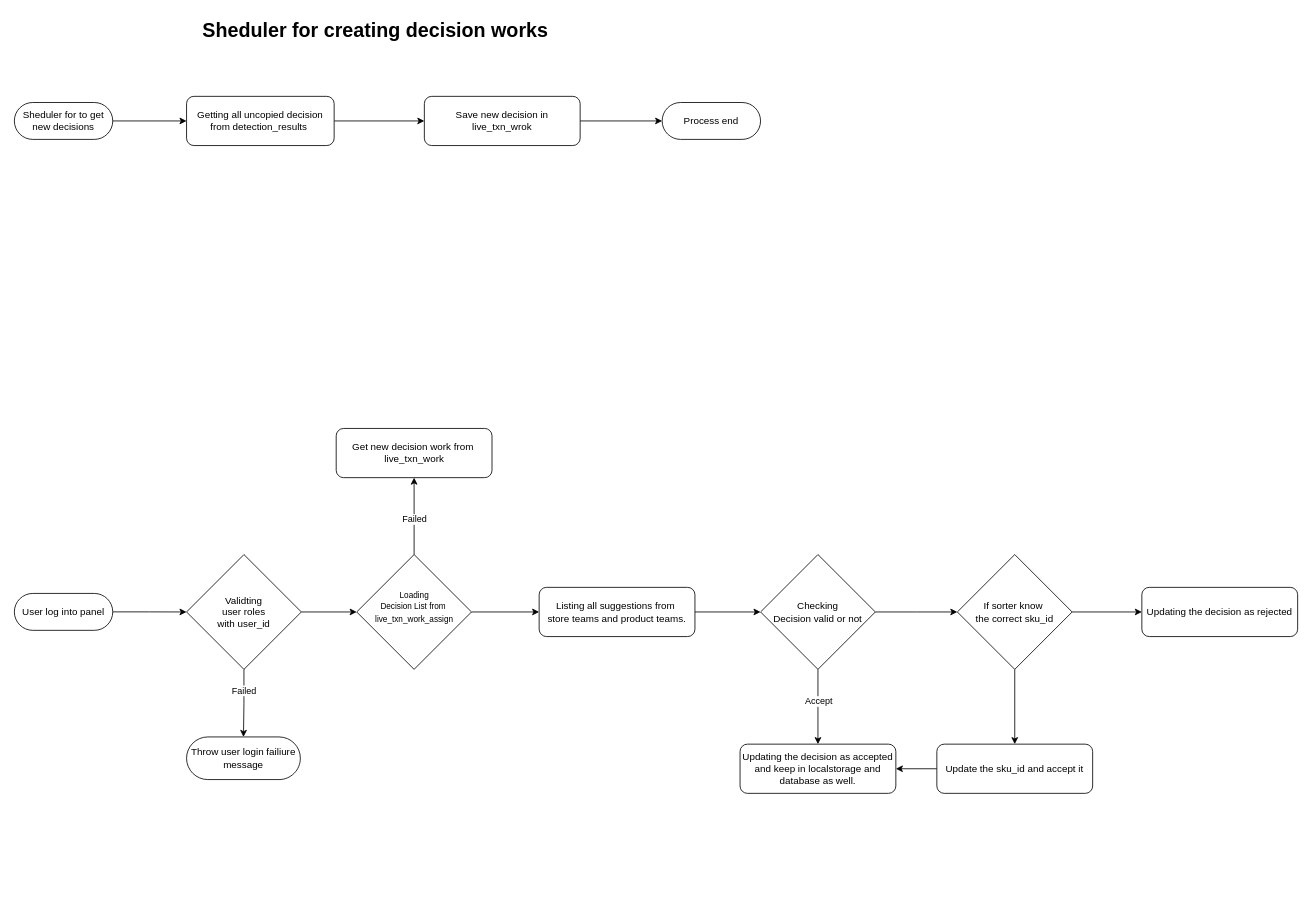
The draw.io diagram live-txn-feedback-flow-diagram.drawio in bb-midhunps/diagrams, before the edit. Source tidied: cells renumbered, new cells numbered last; positions are measured from the earlier drawing's top-left corner, leaving out a move shared by most shapes. Both pictures are drawn from the tidied source at 82%, with x=0, y=0 at pixel (14, 14).
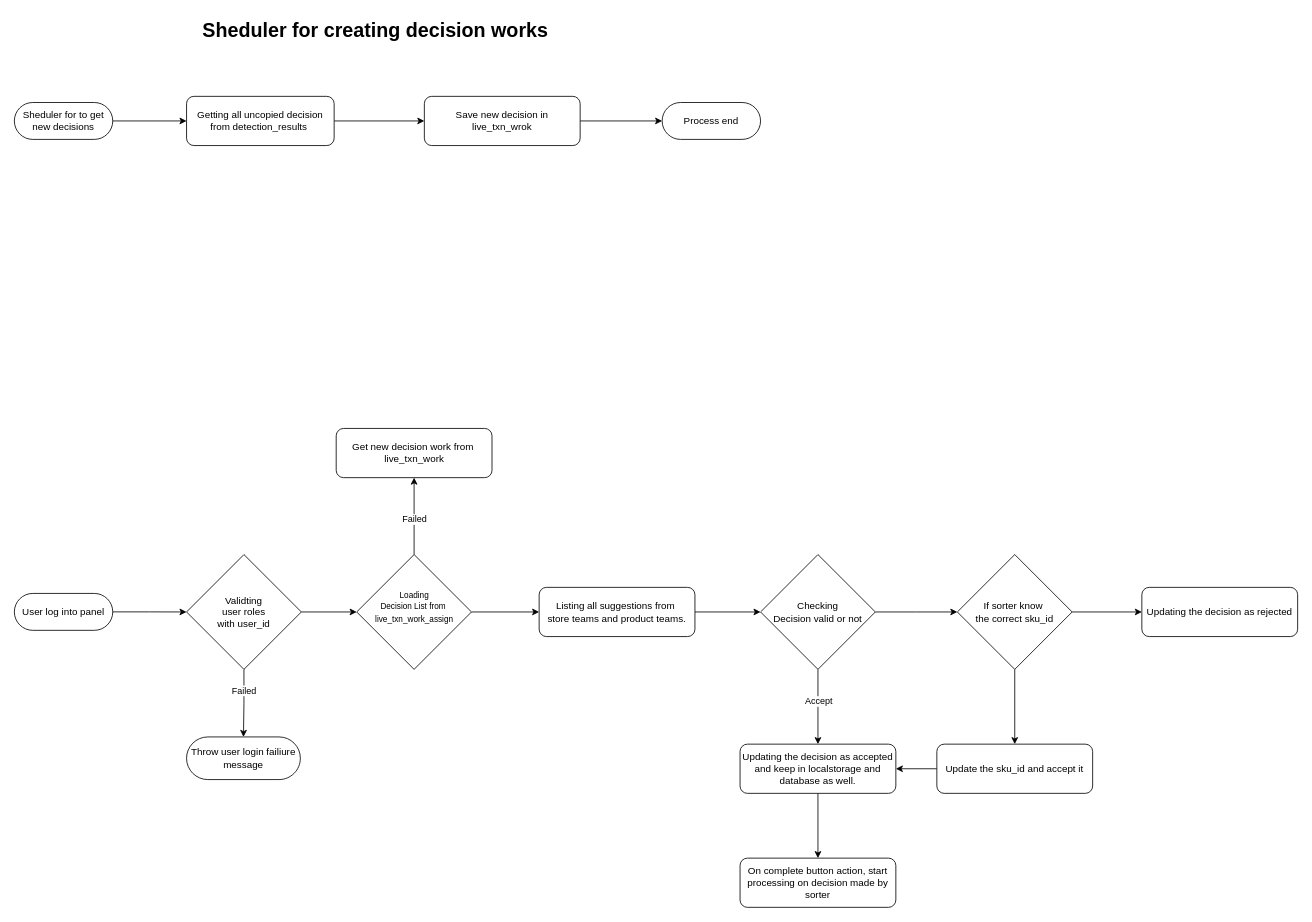
The same diagram, later.

The change refers to these unchanged cells:
```xml
<mxCell id="28" value="Updating the decision as accepted and keep in localstorage and database as well." style="whiteSpace=wrap;html=1;rounded=1;glass=0;strokeWidth=1;shadow=0;" parent="1" vertex="1">
  <mxGeometry x="885" y="890" width="190" height="60" as="geometry" />
</mxCell>
```

Change to the diagram source:
```diff
@@
+    <mxCell id="35" style="edgeStyle=orthogonalEdgeStyle;rounded=0;jettySize=auto;html=1;" parent="1" edge="1" source="28" target="36">
+      <mxGeometry relative="1" as="geometry" />
+    </mxCell>
@@
+    <mxCell id="36" value="On complete button action, start processing on decision made by sorter" style="whiteSpace=wrap;html=1;rounded=1;glass=0;strokeWidth=1;shadow=0;" parent="1" vertex="1">
+      <mxGeometry x="885" y="1029" width="190" height="60" as="geometry" />
+    </mxCell>
```
